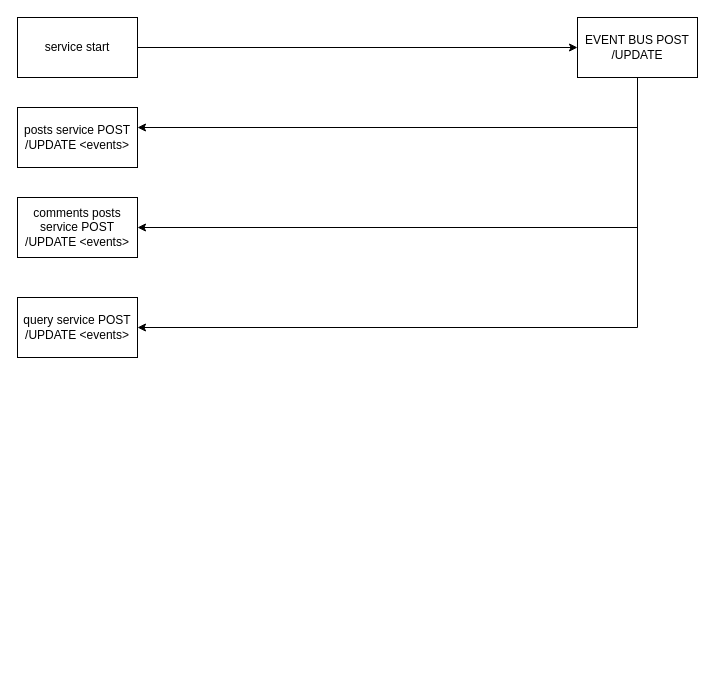
Before: micro-services-SYNC.drawio in munrhalls/microservices-learning, a draw.io diagram. Source tidied: cells renumbered, new cells numbered last; positions are measured from the earlier drawing's top-left corner, leaving out a move shared by most shapes. Both pictures are drawn from the tidied source at 100%, with x=0, y=0 at pixel (17, 17).
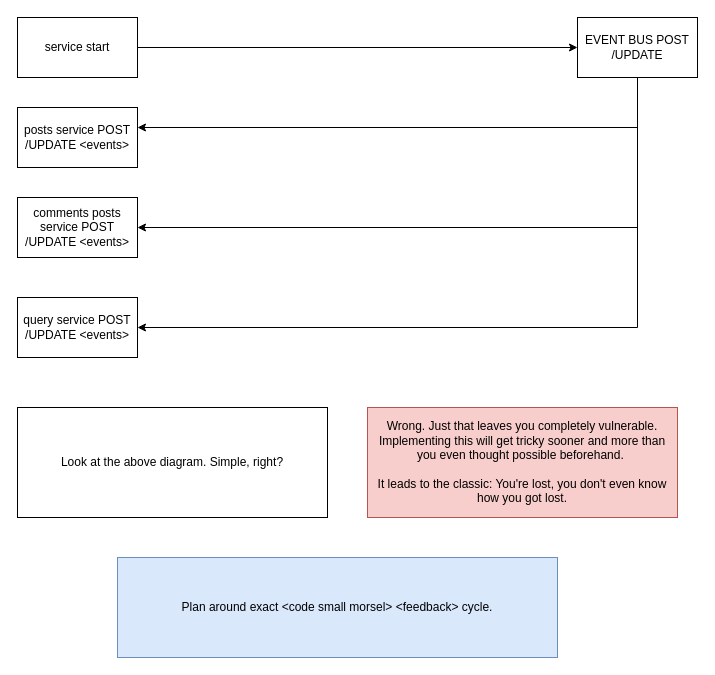
The same diagram, later.

What changed in the source:
```diff
@@
 <mxGraphModel>
   <root>
     <mxCell id="0" />
     <mxCell id="1" parent="0" />
     <mxCell id="2" style="edgeStyle=orthogonalEdgeStyle;rounded=0;jettySize=auto;html=1;" parent="1" edge="1" source="3" target="7">
       <mxGeometry relative="1" as="geometry" />
     </mxCell>
     <mxCell id="3" value="service start" style="rounded=0;whiteSpace=wrap;html=1;" parent="1" vertex="1">
       <mxGeometry width="120" height="60" as="geometry" />
     </mxCell>
     <mxCell id="4" value="&lt;br&gt;" style="text;html=1;align=center;verticalAlign=middle;strokeColor=none;fillColor=none;fontSize=18;" parent="1" vertex="1">
       <mxGeometry x="165" y="10" width="20" height="40" as="geometry" />
     </mxCell>
     <mxCell id="5" style="edgeStyle=orthogonalEdgeStyle;rounded=0;jettySize=auto;html=1;" parent="1" edge="1" source="7" target="10">
       <mxGeometry relative="1" as="geometry">
         <Array as="points">
           <mxPoint x="620" y="110" />
         </Array>
       </mxGeometry>
     </mxCell>
     <mxCell id="6" style="edgeStyle=orthogonalEdgeStyle;rounded=0;jettySize=auto;html=1;" parent="1" edge="1" source="7" target="9">
       <mxGeometry relative="1" as="geometry">
         <Array as="points">
           <mxPoint x="620" y="210" />
         </Array>
       </mxGeometry>
     </mxCell>
     <mxCell id="7" value="EVENT BUS POST /UPDATE" style="rounded=0;whiteSpace=wrap;html=1;" parent="1" vertex="1">
       <mxGeometry x="560" width="120" height="60" as="geometry" />
     </mxCell>
     <mxCell id="8" value="query service POST /UPDATE &amp;lt;events&amp;gt;" style="rounded=0;whiteSpace=wrap;html=1;" parent="1" vertex="1">
       <mxGeometry y="280" width="120" height="60" as="geometry" />
     </mxCell>
     <mxCell id="9" value="comments posts service POST /UPDATE &amp;lt;events&amp;gt;" style="rounded=0;whiteSpace=wrap;html=1;" parent="1" vertex="1">
       <mxGeometry y="180" width="120" height="60" as="geometry" />
     </mxCell>
     <mxCell id="10" value="posts service POST /UPDATE &amp;lt;events&amp;gt;" style="rounded=0;whiteSpace=wrap;html=1;" parent="1" vertex="1">
       <mxGeometry y="90" width="120" height="60" as="geometry" />
     </mxCell>
     <mxCell id="11" style="edgeStyle=orthogonalEdgeStyle;rounded=0;orthogonalLoop=1;jettySize=auto;html=1;" parent="1" edge="1">
       <mxGeometry relative="1" as="geometry">
         <mxPoint x="630" y="60" as="sourcePoint" />
         <mxPoint x="120" y="310" as="targetPoint" />
         <Array as="points">
           <mxPoint x="620" y="60" />
           <mxPoint x="620" y="310" />
         </Array>
       </mxGeometry>
     </mxCell>
+    <mxCell id="12" value="Look at the above diagram. Simple, right?" style="rounded=0;whiteSpace=wrap;html=1;" parent="1" vertex="1">
+      <mxGeometry y="390" width="310" height="110" as="geometry" />
+    </mxCell>
+    <mxCell id="13" value="Wrong. Just that leaves you completely vulnerable. Implementing this will get tricky sooner and more than you even thought possible beforehand.&amp;nbsp;&lt;br&gt;&lt;br&gt;It leads to the classic: You're lost, you don't even know how you got lost." style="rounded=0;whiteSpace=wrap;html=1;fillColor=#f8cecc;strokeColor=#b85450;" parent="1" vertex="1">
+      <mxGeometry x="350" y="390" width="310" height="110" as="geometry" />
+    </mxCell>
+    <mxCell id="14" value="Plan around exact &amp;lt;code small morsel&amp;gt; &amp;lt;feedback&amp;gt; cycle." style="rounded=0;whiteSpace=wrap;html=1;fillColor=#dae8fc;strokeColor=#6c8ebf;" parent="1" vertex="1">
+      <mxGeometry x="100" y="540" width="440" height="100" as="geometry" />
+    </mxCell>
   </root>
 </mxGraphModel>
```
